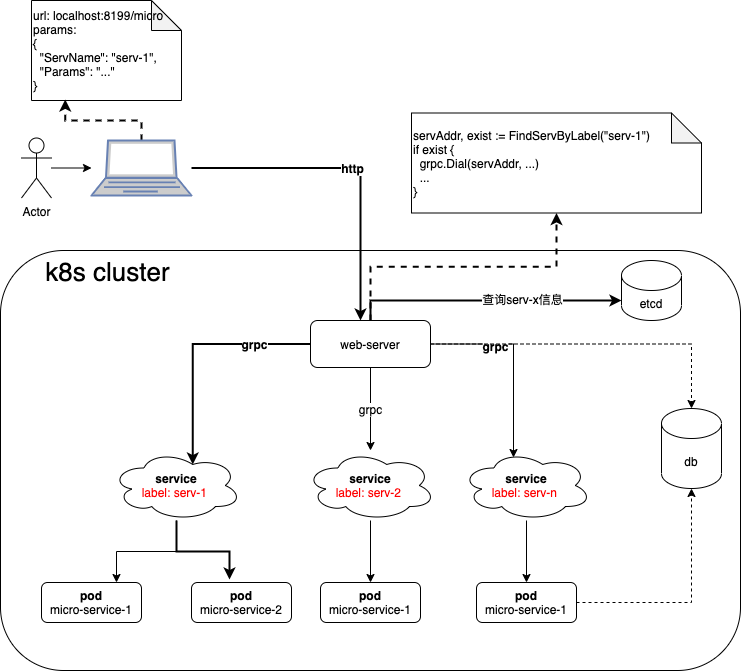
Before: x-framework.png, a diagram exported from draw.io (skyterra/grpc-gateway). Source tidied: cells renumbered, new cells last; positions are measured from the earlier drawing's top-left corner, leaving out a move shared by most shapes. Source of this version:
```xml
<mxGraphModel>
  <root>
    <mxCell id="0" />
    <mxCell id="1" parent="0" />
    <mxCell id="2" style="edgeStyle=orthogonalEdgeStyle;rounded=0;jettySize=auto;html=1;" parent="1" edge="1" source="3" target="6">
      <mxGeometry relative="1" as="geometry" />
    </mxCell>
    <mxCell id="3" value="Actor" style="shape=umlActor;verticalLabelPosition=bottom;verticalAlign=top;html=1;outlineConnect=0;" parent="1" vertex="1">
      <mxGeometry x="21" y="137.5" width="30" height="60" as="geometry" />
    </mxCell>
    <mxCell id="4" value="http" style="edgeStyle=orthogonalEdgeStyle;jettySize=auto;html=1;entryX=0.417;entryY=0;entryDx=0;entryDy=0;entryPerimeter=0;rounded=0;strokeWidth=2;jumpStyle=none;fontStyle=1;fontSize=12;" parent="1" edge="1" source="6" target="17">
      <mxGeometry relative="1" as="geometry" />
    </mxCell>
    <mxCell id="5" style="edgeStyle=orthogonalEdgeStyle;rounded=0;jumpStyle=none;jettySize=auto;html=1;entryX=0.225;entryY=0.99;entryDx=0;entryDy=0;entryPerimeter=0;dashed=1;strokeColor=#000000;strokeWidth=2;fontSize=12;" parent="1" edge="1" source="6" target="33">
      <mxGeometry relative="1" as="geometry" />
    </mxCell>
    <mxCell id="6" style="fontColor=#0066CC;verticalAlign=top;verticalLabelPosition=bottom;labelPosition=center;align=center;html=1;outlineConnect=0;fillColor=#CCCCCC;strokeColor=#6881B3;gradientColor=none;gradientDirection=north;strokeWidth=2;shape=mxgraph.networks.laptop;" parent="1" vertex="1">
      <mxGeometry x="91" y="140" width="100" height="55" as="geometry" />
    </mxCell>
    <mxCell id="7" value="&amp;nbsp; &amp;nbsp; &amp;nbsp; k8s cluster" style="rounded=1;whiteSpace=wrap;html=1;fillColor=none;fontStyle=0;fontSize=26;align=left;verticalAlign=top;" parent="1" vertex="1">
      <mxGeometry y="250" width="740" height="420" as="geometry" />
    </mxCell>
    <mxCell id="8" style="edgeStyle=orthogonalEdgeStyle;rounded=0;jettySize=auto;html=1;entryX=0.625;entryY=0.2;entryDx=0;entryDy=0;entryPerimeter=0;fontSize=12;fontStyle=1;strokeWidth=2;" parent="1" edge="1" source="17" target="20">
      <mxGeometry relative="1" as="geometry" />
    </mxCell>
    <mxCell id="9" value="grpc" style="edgeLabel;html=1;align=center;verticalAlign=middle;fontSize=12;fontStyle=1;" parent="8" vertex="1">
      <mxGeometry x="-0.52" relative="1" as="geometry" />
    </mxCell>
    <mxCell id="10" value="grpc" style="edgeStyle=orthogonalEdgeStyle;rounded=0;jettySize=auto;html=1;fontSize=12;" parent="1" edge="1" source="17" target="27">
      <mxGeometry relative="1" as="geometry" />
    </mxCell>
    <mxCell id="11" style="edgeStyle=orthogonalEdgeStyle;rounded=0;jettySize=auto;html=1;entryX=0.4;entryY=0.1;entryDx=0;entryDy=0;entryPerimeter=0;fontSize=12;" parent="1" edge="1" source="17" target="25">
      <mxGeometry relative="1" as="geometry" />
    </mxCell>
    <mxCell id="12" value="grpc" style="edgeLabel;html=1;align=center;verticalAlign=middle;fontSize=12;fontStyle=1;" parent="11" vertex="1">
      <mxGeometry x="-0.35" y="-1" relative="1" as="geometry">
        <mxPoint y="1" as="offset" />
      </mxGeometry>
    </mxCell>
    <mxCell id="13" style="edgeStyle=orthogonalEdgeStyle;rounded=0;jettySize=auto;html=1;fontSize=12;fillColor=#6a00ff;strokeWidth=2;" parent="1" edge="1" source="17" target="31">
      <mxGeometry relative="1" as="geometry">
        <Array as="points">
          <mxPoint x="370" y="300" />
        </Array>
      </mxGeometry>
    </mxCell>
    <mxCell id="14" value="查询serv-x信息" style="edgeLabel;html=1;align=center;verticalAlign=middle;fontSize=12;" parent="13" vertex="1">
      <mxGeometry x="0.67" y="2" relative="1" as="geometry">
        <mxPoint x="-55" as="offset" />
      </mxGeometry>
    </mxCell>
    <mxCell id="15" style="edgeStyle=orthogonalEdgeStyle;rounded=0;jettySize=auto;html=1;fontSize=12;jumpStyle=none;dashed=1;" parent="1" edge="1" source="17" target="23">
      <mxGeometry relative="1" as="geometry" />
    </mxCell>
    <mxCell id="16" style="edgeStyle=orthogonalEdgeStyle;rounded=0;jumpStyle=none;jettySize=auto;html=1;dashed=1;strokeColor=#000000;strokeWidth=2;fontSize=12;" parent="1" edge="1" source="17" target="32">
      <mxGeometry relative="1" as="geometry" />
    </mxCell>
    <mxCell id="17" value="web-server" style="rounded=1;whiteSpace=wrap;html=1;fillColor=none;" parent="1" vertex="1">
      <mxGeometry x="310" y="320" width="120" height="47" as="geometry" />
    </mxCell>
    <mxCell id="18" style="edgeStyle=orthogonalEdgeStyle;rounded=0;jettySize=auto;html=1;entryX=0.75;entryY=0;entryDx=0;entryDy=0;fontSize=12;" parent="1" edge="1" source="20" target="21">
      <mxGeometry relative="1" as="geometry" />
    </mxCell>
    <mxCell id="19" style="edgeStyle=orthogonalEdgeStyle;rounded=0;jettySize=auto;html=1;entryX=0.38;entryY=-0.075;entryDx=0;entryDy=0;entryPerimeter=0;fontSize=12;strokeWidth=2;" parent="1" edge="1" source="20" target="22">
      <mxGeometry relative="1" as="geometry" />
    </mxCell>
    <mxCell id="20" value="&lt;b&gt;service&lt;/b&gt;&lt;br&gt;&lt;font color=&quot;#ff0000&quot;&gt;label: serv-1&amp;nbsp;&lt;/font&gt;" style="ellipse;shape=cloud;whiteSpace=wrap;html=1;fillColor=none;fontSize=12;align=center;" parent="1" vertex="1">
      <mxGeometry x="111" y="450" width="130" height="70" as="geometry" />
    </mxCell>
    <mxCell id="21" value="&lt;b&gt;pod&lt;/b&gt;&lt;br&gt;micro-service-1" style="rounded=1;whiteSpace=wrap;html=1;fillColor=none;fontSize=12;align=center;" parent="1" vertex="1">
      <mxGeometry x="41" y="582" width="100" height="40" as="geometry" />
    </mxCell>
    <mxCell id="22" value="&lt;b&gt;pod&lt;/b&gt;&lt;br&gt;micro-service-2" style="rounded=1;whiteSpace=wrap;html=1;fillColor=none;fontSize=12;align=center;" parent="1" vertex="1">
      <mxGeometry x="191" y="582" width="100" height="40" as="geometry" />
    </mxCell>
    <mxCell id="23" value="db" style="shape=cylinder3;whiteSpace=wrap;html=1;boundedLbl=1;backgroundOutline=1;size=15;fillColor=none;fontSize=12;align=center;" parent="1" vertex="1">
      <mxGeometry x="661" y="408" width="60" height="80" as="geometry" />
    </mxCell>
    <mxCell id="24" style="edgeStyle=orthogonalEdgeStyle;rounded=0;jettySize=auto;html=1;fontSize=12;" parent="1" edge="1" source="25" target="29">
      <mxGeometry relative="1" as="geometry" />
    </mxCell>
    <mxCell id="25" value="&lt;b&gt;service&lt;/b&gt;&lt;br&gt;&lt;font color=&quot;#ff0000&quot;&gt;label: serv-n&amp;nbsp;&lt;/font&gt;" style="ellipse;shape=cloud;whiteSpace=wrap;html=1;fillColor=none;fontSize=12;align=center;" parent="1" vertex="1">
      <mxGeometry x="461" y="450" width="130" height="70" as="geometry" />
    </mxCell>
    <mxCell id="26" style="edgeStyle=orthogonalEdgeStyle;rounded=0;jettySize=auto;html=1;entryX=0.5;entryY=0;entryDx=0;entryDy=0;fontSize=12;" parent="1" edge="1" source="27" target="30">
      <mxGeometry relative="1" as="geometry" />
    </mxCell>
    <mxCell id="27" value="&lt;b&gt;service&lt;/b&gt;&lt;br&gt;&lt;font color=&quot;#ff0000&quot;&gt;label: serv-2&amp;nbsp;&lt;/font&gt;" style="ellipse;shape=cloud;whiteSpace=wrap;html=1;fillColor=none;fontSize=12;align=center;" parent="1" vertex="1">
      <mxGeometry x="305" y="450" width="130" height="70" as="geometry" />
    </mxCell>
    <mxCell id="28" style="edgeStyle=orthogonalEdgeStyle;rounded=0;jumpStyle=none;jettySize=auto;html=1;strokeColor=#000000;strokeWidth=1;fontSize=12;dashed=1;entryX=0.5;entryY=1;entryDx=0;entryDy=0;entryPerimeter=0;" parent="1" edge="1" source="29" target="23">
      <mxGeometry relative="1" as="geometry" />
    </mxCell>
    <mxCell id="29" value="&lt;b&gt;pod&lt;/b&gt;&lt;br&gt;micro-service-1" style="rounded=1;whiteSpace=wrap;html=1;fillColor=none;fontSize=12;align=center;" parent="1" vertex="1">
      <mxGeometry x="476" y="582" width="100" height="40" as="geometry" />
    </mxCell>
    <mxCell id="30" value="&lt;b&gt;pod&lt;/b&gt;&lt;br&gt;micro-service-1" style="rounded=1;whiteSpace=wrap;html=1;fillColor=none;fontSize=12;align=center;" parent="1" vertex="1">
      <mxGeometry x="320" y="582" width="100" height="40" as="geometry" />
    </mxCell>
    <mxCell id="31" value="etcd" style="shape=cylinder3;whiteSpace=wrap;html=1;boundedLbl=1;backgroundOutline=1;size=15;fillColor=none;fontSize=12;align=center;" parent="1" vertex="1">
      <mxGeometry x="621" y="260" width="60" height="60" as="geometry" />
    </mxCell>
    <mxCell id="32" value="&lt;div&gt;&lt;span&gt;servAddr, exist := FindServByLabel(&quot;serv-1&quot;)&lt;/span&gt;&lt;/div&gt;if exist {&lt;br&gt;&amp;nbsp; grpc.Dial(servAddr, ...)&lt;br&gt;&amp;nbsp; ...&lt;br&gt;}" style="shape=note;whiteSpace=wrap;html=1;backgroundOutline=1;darkOpacity=0.05;strokeColor=#000000;fillColor=none;fontSize=12;align=left;" parent="1" vertex="1">
      <mxGeometry x="411" y="112.5" width="290" height="100" as="geometry" />
    </mxCell>
    <mxCell id="33" value="url: localhost:8199/micro&lt;br&gt;params:&lt;br&gt;{&lt;br&gt;&amp;nbsp; &quot;ServName&quot;: &quot;serv-1&quot;,&lt;br&gt;&amp;nbsp; &quot;Params&quot;: &quot;...&quot;&lt;br&gt;}" style="shape=note;whiteSpace=wrap;html=1;backgroundOutline=1;darkOpacity=0.05;strokeColor=#000000;fillColor=none;fontSize=12;align=left;verticalAlign=middle;" parent="1" vertex="1">
      <mxGeometry x="31" width="150" height="100" as="geometry" />
    </mxCell>
  </root>
</mxGraphModel>
```
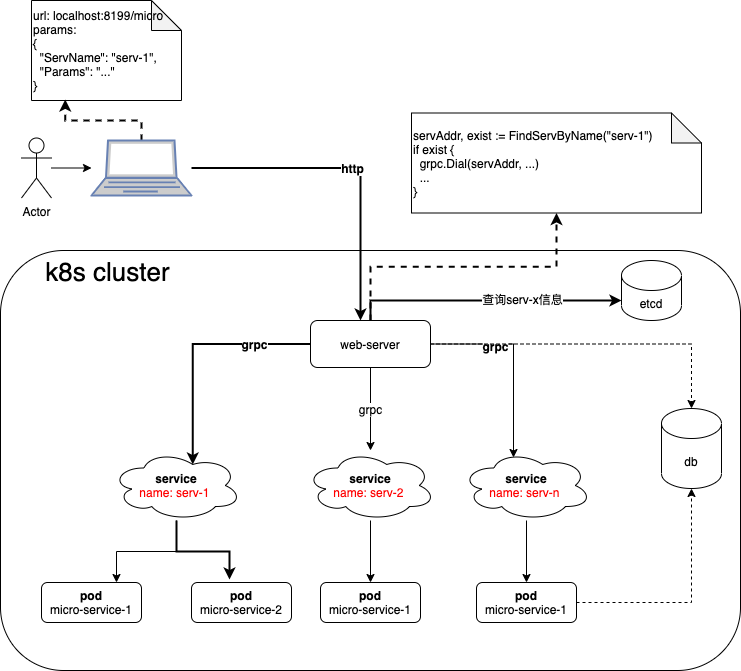
After the commit.

Change to the diagram source:
```diff
@@ -64,7 +64,7 @@
     <mxCell id="19" style="edgeStyle=orthogonalEdgeStyle;rounded=0;jettySize=auto;html=1;entryX=0.38;entryY=-0.075;entryDx=0;entryDy=0;entryPerimeter=0;fontSize=12;strokeWidth=2;" parent="1" edge="1" source="20" target="22">
       <mxGeometry relative="1" as="geometry" />
     </mxCell>
-    <mxCell id="20" value="&lt;b&gt;service&lt;/b&gt;&lt;br&gt;&lt;font color=&quot;#ff0000&quot;&gt;label: serv-1&amp;nbsp;&lt;/font&gt;" style="ellipse;shape=cloud;whiteSpace=wrap;html=1;fillColor=none;fontSize=12;align=center;" parent="1" vertex="1">
+    <mxCell id="20" value="&lt;b&gt;service&lt;/b&gt;&lt;br&gt;&lt;font color=&quot;#ff0000&quot;&gt;name: serv-1&amp;nbsp;&lt;/font&gt;" style="ellipse;shape=cloud;whiteSpace=wrap;html=1;fillColor=none;fontSize=12;align=center;" parent="1" vertex="1">
       <mxGeometry x="111" y="450" width="130" height="70" as="geometry" />
     </mxCell>
     <mxCell id="21" value="&lt;b&gt;pod&lt;/b&gt;&lt;br&gt;micro-service-1" style="rounded=1;whiteSpace=wrap;html=1;fillColor=none;fontSize=12;align=center;" parent="1" vertex="1">
@@ -79,13 +79,13 @@
     <mxCell id="24" style="edgeStyle=orthogonalEdgeStyle;rounded=0;jettySize=auto;html=1;fontSize=12;" parent="1" edge="1" source="25" target="29">
       <mxGeometry relative="1" as="geometry" />
     </mxCell>
-    <mxCell id="25" value="&lt;b&gt;service&lt;/b&gt;&lt;br&gt;&lt;font color=&quot;#ff0000&quot;&gt;label: serv-n&amp;nbsp;&lt;/font&gt;" style="ellipse;shape=cloud;whiteSpace=wrap;html=1;fillColor=none;fontSize=12;align=center;" parent="1" vertex="1">
+    <mxCell id="25" value="&lt;b&gt;service&lt;/b&gt;&lt;br&gt;&lt;font color=&quot;#ff0000&quot;&gt;name: serv-n&amp;nbsp;&lt;/font&gt;" style="ellipse;shape=cloud;whiteSpace=wrap;html=1;fillColor=none;fontSize=12;align=center;" parent="1" vertex="1">
       <mxGeometry x="461" y="450" width="130" height="70" as="geometry" />
     </mxCell>
     <mxCell id="26" style="edgeStyle=orthogonalEdgeStyle;rounded=0;jettySize=auto;html=1;entryX=0.5;entryY=0;entryDx=0;entryDy=0;fontSize=12;" parent="1" edge="1" source="27" target="30">
       <mxGeometry relative="1" as="geometry" />
     </mxCell>
-    <mxCell id="27" value="&lt;b&gt;service&lt;/b&gt;&lt;br&gt;&lt;font color=&quot;#ff0000&quot;&gt;label: serv-2&amp;nbsp;&lt;/font&gt;" style="ellipse;shape=cloud;whiteSpace=wrap;html=1;fillColor=none;fontSize=12;align=center;" parent="1" vertex="1">
+    <mxCell id="27" value="&lt;b&gt;service&lt;/b&gt;&lt;br&gt;&lt;font color=&quot;#ff0000&quot;&gt;name: serv-2&amp;nbsp;&lt;/font&gt;" style="ellipse;shape=cloud;whiteSpace=wrap;html=1;fillColor=none;fontSize=12;align=center;" parent="1" vertex="1">
       <mxGeometry x="305" y="450" width="130" height="70" as="geometry" />
     </mxCell>
     <mxCell id="28" style="edgeStyle=orthogonalEdgeStyle;rounded=0;jumpStyle=none;jettySize=auto;html=1;strokeColor=#000000;strokeWidth=1;fontSize=12;dashed=1;entryX=0.5;entryY=1;entryDx=0;entryDy=0;entryPerimeter=0;" parent="1" edge="1" source="29" target="23">
@@ -100,7 +100,7 @@
     <mxCell id="31" value="etcd" style="shape=cylinder3;whiteSpace=wrap;html=1;boundedLbl=1;backgroundOutline=1;size=15;fillColor=none;fontSize=12;align=center;" parent="1" vertex="1">
       <mxGeometry x="621" y="260" width="60" height="60" as="geometry" />
     </mxCell>
-    <mxCell id="32" value="&lt;div&gt;&lt;span&gt;servAddr, exist := FindServByLabel(&quot;serv-1&quot;)&lt;/span&gt;&lt;/div&gt;if exist {&lt;br&gt;&amp;nbsp; grpc.Dial(servAddr, ...)&lt;br&gt;&amp;nbsp; ...&lt;br&gt;}" style="shape=note;whiteSpace=wrap;html=1;backgroundOutline=1;darkOpacity=0.05;strokeColor=#000000;fillColor=none;fontSize=12;align=left;" parent="1" vertex="1">
+    <mxCell id="32" value="&lt;div&gt;&lt;span&gt;servAddr, exist := FindServByName(&quot;serv-1&quot;)&lt;/span&gt;&lt;/div&gt;if exist {&lt;br&gt;&amp;nbsp; grpc.Dial(servAddr, ...)&lt;br&gt;&amp;nbsp; ...&lt;br&gt;}" style="shape=note;whiteSpace=wrap;html=1;backgroundOutline=1;darkOpacity=0.05;strokeColor=#000000;fillColor=none;fontSize=12;align=left;" parent="1" vertex="1">
       <mxGeometry x="411" y="112.5" width="290" height="100" as="geometry" />
     </mxCell>
     <mxCell id="33" value="url: localhost:8199/micro&lt;br&gt;params:&lt;br&gt;{&lt;br&gt;&amp;nbsp; &quot;ServName&quot;: &quot;serv-1&quot;,&lt;br&gt;&amp;nbsp; &quot;Params&quot;: &quot;...&quot;&lt;br&gt;}" style="shape=note;whiteSpace=wrap;html=1;backgroundOutline=1;darkOpacity=0.05;strokeColor=#000000;fillColor=none;fontSize=12;align=left;verticalAlign=middle;" parent="1" vertex="1">
```
